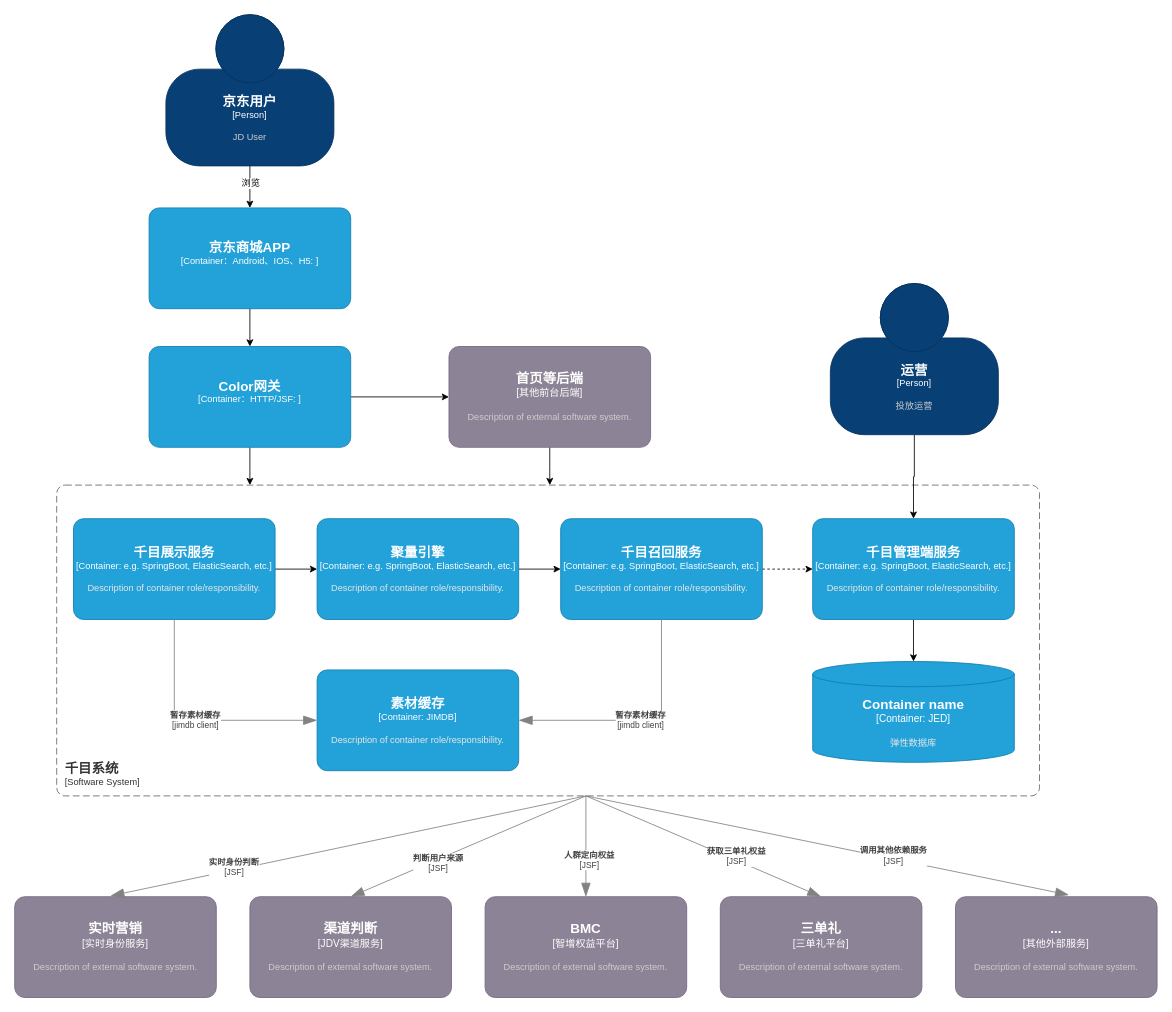
Before: 千目系统架构图.drawio in BlankKelly/diagrams, a draw.io diagram. Source tidied: cells renumbered, new cells numbered last; positions are measured from the earlier drawing's top-left corner, leaving out a move shared by most shapes. Both pictures are drawn from the tidied source at 84%, with x=0, y=0 at pixel (14, 14).
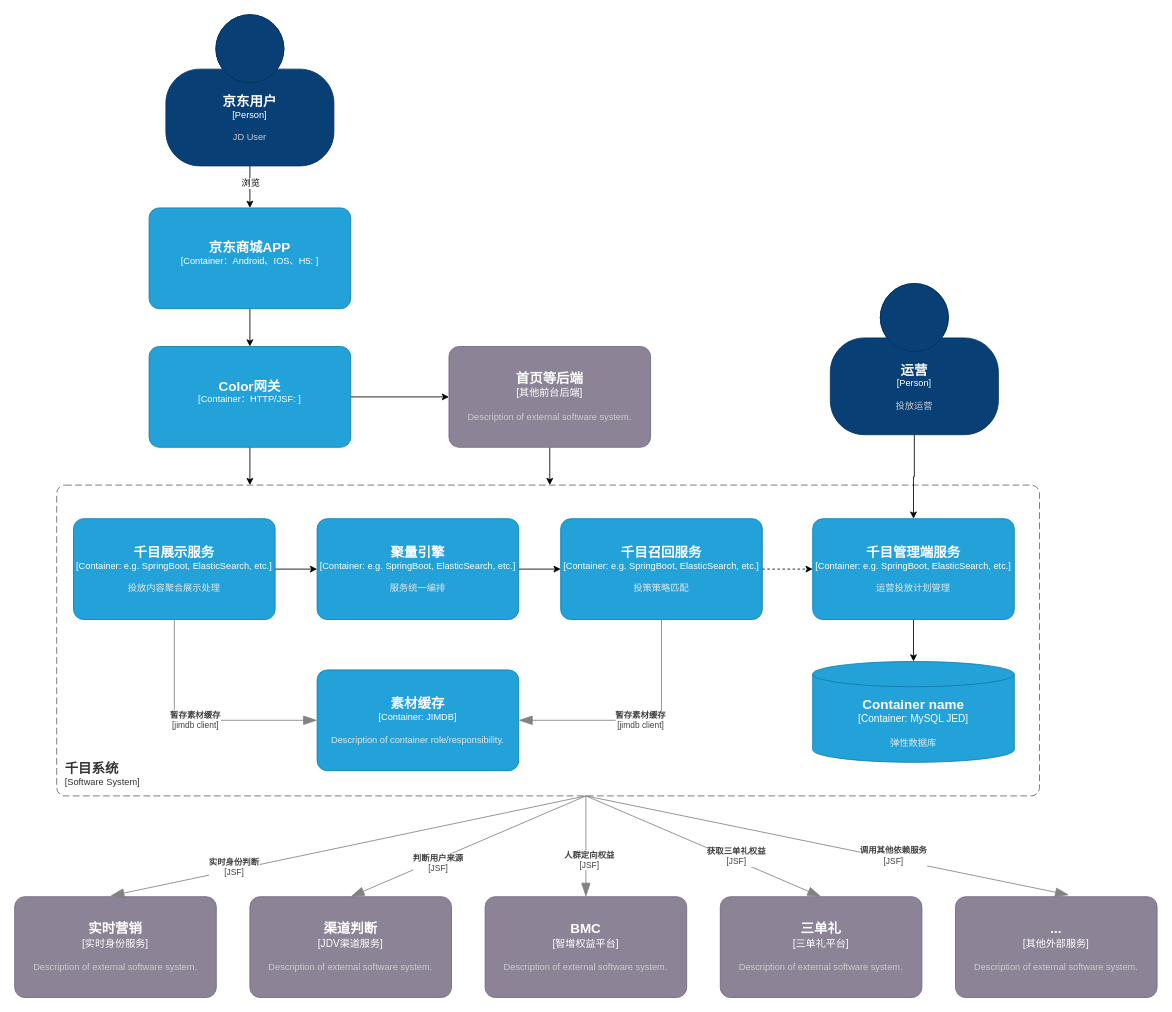
The same page after the edit.

Commit message (it also covers changes not shown here):
更新千目系统架构图.drawio

Change to the diagram source:
```diff
@@
-    <object id="14" label="&lt;font style=&quot;font-size: 16px&quot;&gt;&lt;b&gt;%c4Name%&lt;/b&gt;&lt;/font&gt;&lt;div&gt;[%c4Type%: %c4Technology%]&lt;/div&gt;&lt;br&gt;&lt;div&gt;&lt;font style=&quot;font-size: 11px&quot;&gt;&lt;font color=&quot;#E6E6E6&quot;&gt;%c4Description%&lt;/font&gt;&lt;/div&gt;" c4Description="Description of container role/responsibility." c4Name="千目展示服务" c4Technology="e.g. SpringBoot, ElasticSearch, etc." c4Type="Container" placeholders="1">
+    <object id="14" label="&lt;font style=&quot;font-size: 16px&quot;&gt;&lt;b&gt;%c4Name%&lt;/b&gt;&lt;/font&gt;&lt;div&gt;[%c4Type%: %c4Technology%]&lt;/div&gt;&lt;br&gt;&lt;div&gt;&lt;font style=&quot;font-size: 11px&quot;&gt;&lt;font color=&quot;#E6E6E6&quot;&gt;%c4Description%&lt;/font&gt;&lt;/div&gt;" c4Description="投放内容聚合展示处理" c4Name="千目展示服务" c4Technology="e.g. SpringBoot, ElasticSearch, etc." c4Type="Container" placeholders="1">
       <mxCell style="rounded=1;whiteSpace=wrap;html=1;fontSize=11;labelBackgroundColor=none;fillColor=#23A2D9;fontColor=#ffffff;align=center;arcSize=10;strokeColor=#0E7DAD;points=[[0.25,0,0],[0.5,0,0],[0.75,0,0],[1,0.25,0],[1,0.5,0],[1,0.75,0],[0.75,1,0],[0.5,1,0],[0.25,1,0],[0,0.75,0],[0,0.5,0],[0,0.25,0]];" parent="1" vertex="1">
         <mxGeometry x="70" y="600" width="240" height="120" as="geometry" />
       </mxCell>
     </object>
@@
-    <object id="16" label="&lt;font style=&quot;font-size: 16px&quot;&gt;&lt;b&gt;%c4Name%&lt;/b&gt;&lt;/font&gt;&lt;div&gt;[%c4Type%: %c4Technology%]&lt;/div&gt;&lt;br&gt;&lt;div&gt;&lt;font style=&quot;font-size: 11px&quot;&gt;&lt;font color=&quot;#E6E6E6&quot;&gt;%c4Description%&lt;/font&gt;&lt;/div&gt;" c4Description="Description of container role/responsibility." c4Name="聚量引擎" c4Technology="e.g. SpringBoot, ElasticSearch, etc." c4Type="Container" placeholders="1">
+    <object id="16" label="&lt;font style=&quot;font-size: 16px&quot;&gt;&lt;b&gt;%c4Name%&lt;/b&gt;&lt;/font&gt;&lt;div&gt;[%c4Type%: %c4Technology%]&lt;/div&gt;&lt;br&gt;&lt;div&gt;&lt;font style=&quot;font-size: 11px&quot;&gt;&lt;font color=&quot;#E6E6E6&quot;&gt;%c4Description%&lt;/font&gt;&lt;/div&gt;" c4Description="服务统一编排" c4Name="聚量引擎" c4Technology="e.g. SpringBoot, ElasticSearch, etc." c4Type="Container" placeholders="1">
       <mxCell style="rounded=1;whiteSpace=wrap;html=1;fontSize=11;labelBackgroundColor=none;fillColor=#23A2D9;fontColor=#ffffff;align=center;arcSize=10;strokeColor=#0E7DAD;points=[[0.25,0,0],[0.5,0,0],[0.75,0,0],[1,0.25,0],[1,0.5,0],[1,0.75,0],[0.75,1,0],[0.5,1,0],[0.25,1,0],[0,0.75,0],[0,0.5,0],[0,0.25,0]];" parent="1" vertex="1">
         <mxGeometry x="360" y="600" width="240" height="120" as="geometry" />
       </mxCell>
     </object>
@@
-    <object id="18" label="&lt;font style=&quot;font-size: 16px&quot;&gt;&lt;b&gt;%c4Name%&lt;/b&gt;&lt;/font&gt;&lt;div&gt;[%c4Type%: %c4Technology%]&lt;/div&gt;&lt;br&gt;&lt;div&gt;&lt;font style=&quot;font-size: 11px&quot;&gt;&lt;font color=&quot;#E6E6E6&quot;&gt;%c4Description%&lt;/font&gt;&lt;/div&gt;" c4Description="Description of container role/responsibility." c4Name="千目召回服务" c4Technology="e.g. SpringBoot, ElasticSearch, etc." c4Type="Container" placeholders="1">
+    <object id="18" label="&lt;font style=&quot;font-size: 16px&quot;&gt;&lt;b&gt;%c4Name%&lt;/b&gt;&lt;/font&gt;&lt;div&gt;[%c4Type%: %c4Technology%]&lt;/div&gt;&lt;br&gt;&lt;div&gt;&lt;font style=&quot;font-size: 11px&quot;&gt;&lt;font color=&quot;#E6E6E6&quot;&gt;%c4Description%&lt;/font&gt;&lt;/div&gt;" c4Description="投策策略匹配" c4Name="千目召回服务" c4Technology="e.g. SpringBoot, ElasticSearch, etc." c4Type="Container" placeholders="1">
       <mxCell style="rounded=1;whiteSpace=wrap;html=1;fontSize=11;labelBackgroundColor=none;fillColor=#23A2D9;fontColor=#ffffff;align=center;arcSize=10;strokeColor=#0E7DAD;points=[[0.25,0,0],[0.5,0,0],[0.75,0,0],[1,0.25,0],[1,0.5,0],[1,0.75,0],[0.75,1,0],[0.5,1,0],[0.25,1,0],[0,0.75,0],[0,0.5,0],[0,0.25,0]];" parent="1" vertex="1">
         <mxGeometry x="650" y="600" width="240" height="120" as="geometry" />
       </mxCell>
     </object>
@@
-    <object id="20" label="&lt;font style=&quot;font-size: 16px&quot;&gt;&lt;b&gt;%c4Name%&lt;/b&gt;&lt;/font&gt;&lt;div&gt;[%c4Type%: %c4Technology%]&lt;/div&gt;&lt;br&gt;&lt;div&gt;&lt;font style=&quot;font-size: 11px&quot;&gt;&lt;font color=&quot;#E6E6E6&quot;&gt;%c4Description%&lt;/font&gt;&lt;/div&gt;" c4Description="Description of container role/responsibility." c4Name="千目管理端服务" c4Technology="e.g. SpringBoot, ElasticSearch, etc." c4Type="Container" placeholders="1">
+    <object id="20" label="&lt;font style=&quot;font-size: 16px&quot;&gt;&lt;b&gt;%c4Name%&lt;/b&gt;&lt;/font&gt;&lt;div&gt;[%c4Type%: %c4Technology%]&lt;/div&gt;&lt;br&gt;&lt;div&gt;&lt;font style=&quot;font-size: 11px&quot;&gt;&lt;font color=&quot;#E6E6E6&quot;&gt;%c4Description%&lt;/font&gt;&lt;/div&gt;" c4Description="运营投放计划管理" c4Name="千目管理端服务" c4Technology="e.g. SpringBoot, ElasticSearch, etc." c4Type="Container" placeholders="1">
       <mxCell style="rounded=1;whiteSpace=wrap;html=1;fontSize=11;labelBackgroundColor=none;fillColor=#23A2D9;fontColor=#ffffff;align=center;arcSize=10;strokeColor=#0E7DAD;points=[[0.25,0,0],[0.5,0,0],[0.75,0,0],[1,0.25,0],[1,0.5,0],[1,0.75,0],[0.75,1,0],[0.5,1,0],[0.25,1,0],[0,0.75,0],[0,0.5,0],[0,0.25,0]];" parent="1" vertex="1">
         <mxGeometry x="950" y="600" width="240" height="120" as="geometry" />
       </mxCell>
     </object>
-    <object id="21" label="&lt;font style=&quot;font-size: 16px&quot;&gt;&lt;b&gt;%c4Type%&lt;/b&gt;&lt;/font&gt;&lt;div&gt;[%c4Container%:&amp;nbsp;%c4Technology%]&lt;/div&gt;&lt;br&gt;&lt;div&gt;&lt;font style=&quot;font-size: 11px&quot;&gt;&lt;font color=&quot;#E6E6E6&quot;&gt;%c4Description%&lt;/font&gt;&lt;/div&gt;" c4Container="Container" c4Description="弹性数据库" c4Technology="JED" c4Type="Container name" placeholders="1">
+    <object id="21" label="&lt;font style=&quot;font-size: 16px&quot;&gt;&lt;b&gt;%c4Type%&lt;/b&gt;&lt;/font&gt;&lt;div&gt;[%c4Container%:&amp;nbsp;%c4Technology%]&lt;/div&gt;&lt;br&gt;&lt;div&gt;&lt;font style=&quot;font-size: 11px&quot;&gt;&lt;font color=&quot;#E6E6E6&quot;&gt;%c4Description%&lt;/font&gt;&lt;/div&gt;" c4Container="Container" c4Description="弹性数据库" c4Technology="MySQL JED" c4Type="Container name" placeholders="1">
       <mxCell style="shape=cylinder3;size=15;whiteSpace=wrap;html=1;boundedLbl=1;rounded=0;labelBackgroundColor=none;fillColor=#23A2D9;fontSize=12;fontColor=#ffffff;align=center;strokeColor=#0E7DAD;points=[[0.5,0,0],[1,0.25,0],[1,0.5,0],[1,0.75,0],[0.5,1,0],[0,0.75,0],[0,0.5,0],[0,0.25,0]];" parent="1" vertex="1">
         <mxGeometry x="950" y="770" width="240" height="120" as="geometry" />
       </mxCell>
     </object>
```
